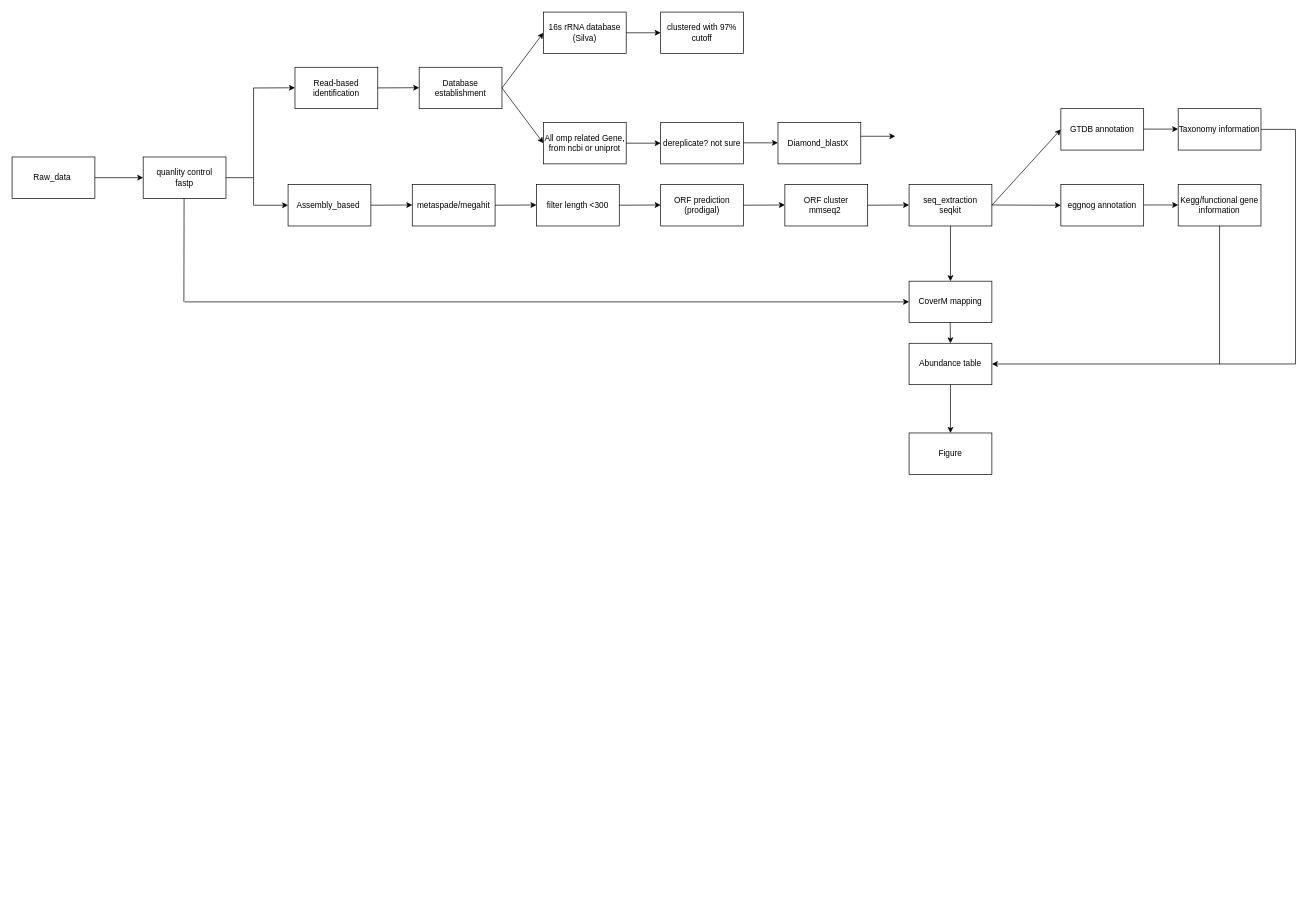
The draw.io diagram Untitled Diagram.drawio in XuhanDeng/OMPs_Metagenomics_pipeline, before the edit. Source tidied: cells renumbered, new cells numbered last; positions are measured from the earlier drawing's top-left corner, leaving out a move shared by most shapes. Both pictures are drawn from the tidied source at 69%, with x=0, y=0 at pixel (12, 12).
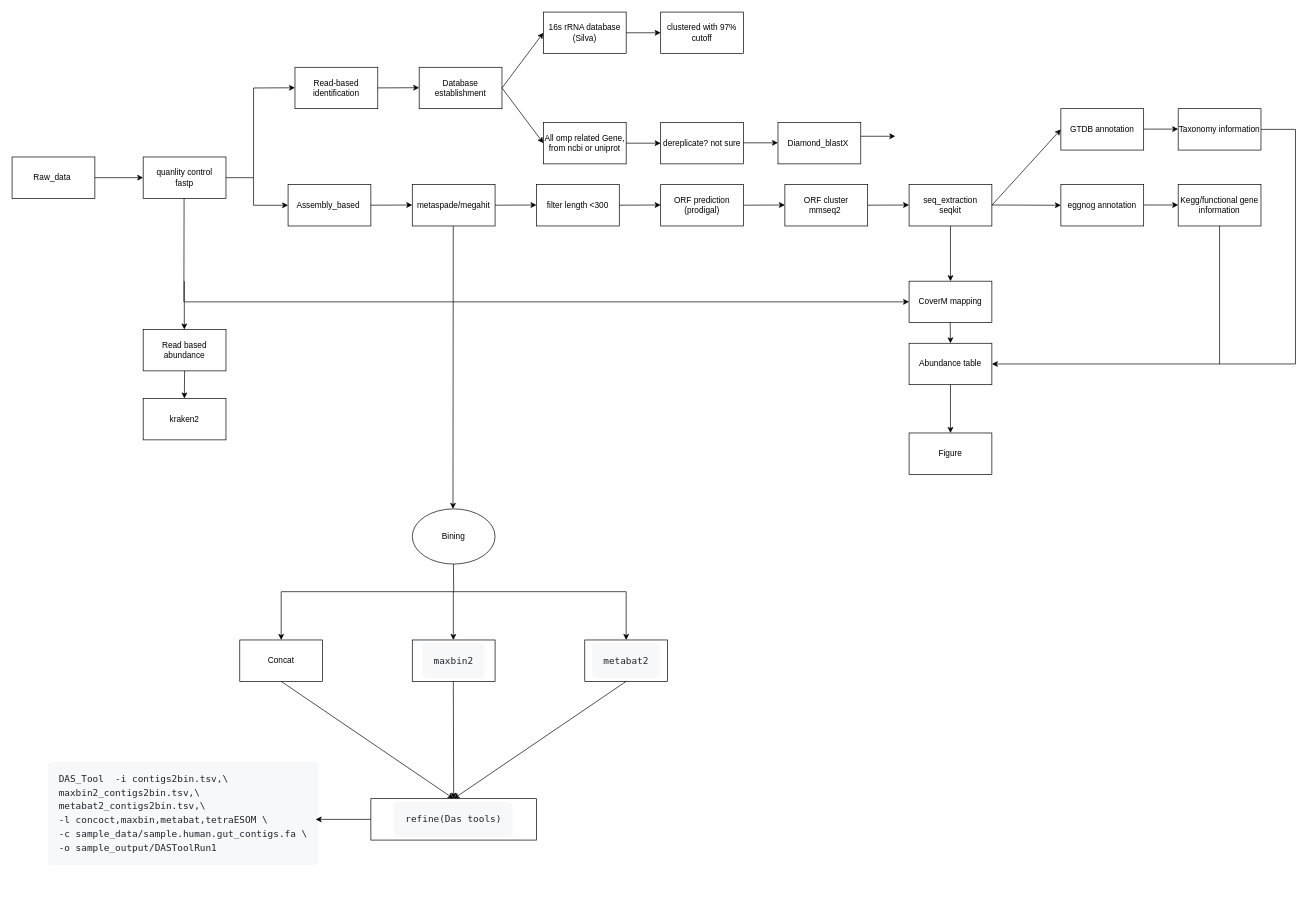
After the change.

Change to the diagram source:
```diff
@@
+    <mxCell id="55" style="endArrow=classic;html=1;rounded=0;exitX=0.5;exitY=1;exitDx=0;exitDy=0;" parent="1" edge="1">
+      <mxGeometry relative="1" as="geometry">
+        <mxPoint x="249.6" y="390" as="sourcePoint" />
+        <mxPoint x="249.6" y="460" as="targetPoint" />
+      </mxGeometry>
+    </mxCell>
+    <mxCell id="56" value="kraken2" style="rounded=0;whiteSpace=wrap;html=1;" parent="1" vertex="1">
+      <mxGeometry x="190" y="560" width="120" height="60" as="geometry" />
+    </mxCell>
+    <mxCell id="57" value="Read based abundance" style="rounded=0;whiteSpace=wrap;html=1;" parent="1" vertex="1">
+      <mxGeometry x="190" y="460" width="120" height="60" as="geometry" />
+    </mxCell>
+    <mxCell id="58" style="endArrow=classic;html=1;rounded=0;" parent="1" edge="1">
+      <mxGeometry relative="1" as="geometry">
+        <mxPoint x="250" y="520" as="sourcePoint" />
+        <mxPoint x="249.7" y="560" as="targetPoint" />
+      </mxGeometry>
+    </mxCell>
+    <mxCell id="59" style="endArrow=classic;html=1;rounded=0;exitX=0.5;exitY=1;exitDx=0;exitDy=0;" parent="1" edge="1">
+      <mxGeometry relative="1" as="geometry">
+        <mxPoint x="639.4" y="310" as="sourcePoint" />
+        <mxPoint x="639" y="720" as="targetPoint" />
+      </mxGeometry>
+    </mxCell>
+    <mxCell id="60" value="Bining" style="ellipse;whiteSpace=wrap;html=1;" parent="1" vertex="1">
+      <mxGeometry x="580" y="720" width="120" height="80" as="geometry" />
+    </mxCell>
+    <mxCell id="61" value="Concat" style="rounded=0;whiteSpace=wrap;html=1;" parent="1" vertex="1">
+      <mxGeometry x="330" y="910" width="120" height="60" as="geometry" />
+    </mxCell>
+    <mxCell id="62" style="endArrow=classic;html=1;rounded=0;" parent="1" edge="1">
+      <mxGeometry relative="1" as="geometry">
+        <mxPoint x="390" y="840" as="sourcePoint" />
+        <mxPoint x="390" y="910" as="targetPoint" />
+      </mxGeometry>
+    </mxCell>
+    <mxCell id="63" style="endArrow=none;html=1;rounded=0;" parent="1" edge="1">
+      <mxGeometry relative="1" as="geometry">
+        <mxPoint x="639.7" y="800" as="sourcePoint" />
+        <mxPoint x="640" y="840" as="targetPoint" />
+      </mxGeometry>
+    </mxCell>
+    <mxCell id="64" style="endArrow=none;html=1;rounded=0;" parent="1" edge="1">
+      <mxGeometry relative="1" as="geometry">
+        <mxPoint x="889.9" y="840" as="sourcePoint" />
+        <mxPoint x="390.1" y="840" as="targetPoint" />
+      </mxGeometry>
+    </mxCell>
+    <mxCell id="65" style="endArrow=classic;html=1;rounded=0;" parent="1" edge="1">
+      <mxGeometry relative="1" as="geometry">
+        <mxPoint x="639.5" y="840" as="sourcePoint" />
+        <mxPoint x="639.5" y="910" as="targetPoint" />
+      </mxGeometry>
+    </mxCell>
+    <mxCell id="66" style="endArrow=classic;html=1;rounded=0;" parent="1" edge="1">
+      <mxGeometry relative="1" as="geometry">
+        <mxPoint x="890" y="840" as="sourcePoint" />
+        <mxPoint x="890" y="910" as="targetPoint" />
+      </mxGeometry>
+    </mxCell>
+    <mxCell id="67" value="&lt;pre style=&quot;box-sizing: border-box; font-family: &amp;quot;Monaspace Neon&amp;quot;, ui-monospace, SFMono-Regular, &amp;quot;SF Mono&amp;quot;, Menlo, Consolas, &amp;quot;Liberation Mono&amp;quot;, monospace; font-size: 13.6px; margin-top: 0px; margin-bottom: 0px; tab-size: 4; overflow-wrap: normal; padding: 16px; overflow: auto; line-height: 1.45; color: rgb(31, 35, 40); background-color: rgb(246, 248, 250); border-radius: 6px; font-style: normal; font-variant-ligatures: normal; font-variant-caps: normal; font-weight: 400; letter-spacing: normal; orphans: 2; text-align: start; text-indent: 0px; text-transform: none; widows: 2; word-spacing: 0px; -webkit-text-stroke-width: 0px; text-decoration-thickness: initial; text-decoration-style: initial; text-decoration-color: initial;&quot; class=&quot;notranslate&quot;&gt;&lt;code style=&quot;box-sizing: border-box; font-family: &amp;quot;Monaspace Neon&amp;quot;, ui-monospace, SFMono-Regular, &amp;quot;SF Mono&amp;quot;, Menlo, Consolas, &amp;quot;Liberation Mono&amp;quot;, monospace; font-size: 13.6px; tab-size: 4; padding: 0px; margin: 0px; white-space: pre; background: rgba(0, 0, 0, 0); border-radius: 6px; word-break: normal; border: 0px; display: inline; overflow: visible; line-height: inherit; overflow-wrap: normal;&quot;&gt;maxbin2&lt;/code&gt;&lt;/pre&gt;" style="rounded=0;whiteSpace=wrap;html=1;" parent="1" vertex="1">
+      <mxGeometry x="580" y="910" width="120" height="60" as="geometry" />
+    </mxCell>
+    <mxCell id="68" value="&lt;pre style=&quot;box-sizing: border-box; font-family: &amp;quot;Monaspace Neon&amp;quot;, ui-monospace, SFMono-Regular, &amp;quot;SF Mono&amp;quot;, Menlo, Consolas, &amp;quot;Liberation Mono&amp;quot;, monospace; font-size: 13.6px; margin-top: 0px; margin-bottom: 0px; tab-size: 4; overflow-wrap: normal; padding: 16px; overflow: auto; line-height: 1.45; color: rgb(31, 35, 40); background-color: rgb(246, 248, 250); border-radius: 6px; text-align: start;&quot; class=&quot;notranslate&quot;&gt;&lt;code style=&quot;box-sizing: border-box; font-family: &amp;quot;Monaspace Neon&amp;quot;, ui-monospace, SFMono-Regular, &amp;quot;SF Mono&amp;quot;, Menlo, Consolas, &amp;quot;Liberation Mono&amp;quot;, monospace; font-size: 13.6px; tab-size: 4; padding: 0px; margin: 0px; background: rgba(0, 0, 0, 0); border-radius: 6px; word-break: normal; border: 0px; display: inline; overflow: visible; line-height: inherit; overflow-wrap: normal;&quot;&gt;metabat2&lt;/code&gt;&lt;/pre&gt;" style="rounded=0;whiteSpace=wrap;html=1;" parent="1" vertex="1">
+      <mxGeometry x="830" y="910" width="120" height="60" as="geometry" />
+    </mxCell>
+    <mxCell id="69" value="&lt;pre class=&quot;notranslate&quot; style=&quot;box-sizing: border-box; font-family: &amp;quot;Monaspace Neon&amp;quot;, ui-monospace, SFMono-Regular, &amp;quot;SF Mono&amp;quot;, Menlo, Consolas, &amp;quot;Liberation Mono&amp;quot;, monospace; font-size: 13.6px; margin-top: 0px; margin-bottom: 0px; tab-size: 4; overflow-wrap: normal; padding: 16px; overflow: auto; line-height: 1.45; color: rgb(31, 35, 40); background-color: rgb(246, 248, 250); border-radius: 6px; font-style: normal; font-variant-ligatures: normal; font-variant-caps: normal; font-weight: 400; letter-spacing: normal; orphans: 2; text-align: start; text-indent: 0px; text-transform: none; widows: 2; word-spacing: 0px; -webkit-text-stroke-width: 0px; text-decoration-thickness: initial; text-decoration-style: initial; text-decoration-color: initial;&quot;&gt;&lt;code style=&quot;box-sizing: border-box; font-family: &amp;quot;Monaspace Neon&amp;quot;, ui-monospace, SFMono-Regular, &amp;quot;SF Mono&amp;quot;, Menlo, Consolas, &amp;quot;Liberation Mono&amp;quot;, monospace; font-size: 13.6px; tab-size: 4; padding: 0px; margin: 0px; white-space: pre; background: rgba(0, 0, 0, 0); border-radius: 6px; word-break: normal; border: 0px; display: inline; overflow: visible; line-height: inherit; overflow-wrap: normal;&quot;&gt;DAS_Tool  -i contigs2bin.tsv,\&lt;br&gt;maxbin2_contigs2bin.tsv,\&lt;br&gt;metabat2_contigs2bin.tsv,\&lt;br&gt;-l concoct,maxbin,metabat,tetraESOM \&lt;br&gt;-c sample_data/sample.human.gut_contigs.fa \&lt;br&gt;-o sample_output/DASToolRun1&lt;/code&gt;&lt;/pre&gt;" style="text;whiteSpace=wrap;html=1;" parent="1" vertex="1">
+      <mxGeometry x="50" y="1080" width="400" height="200" as="geometry" />
+    </mxCell>
+    <mxCell id="70" style="endArrow=classic;html=1;rounded=0;exitX=0.5;exitY=1;exitDx=0;exitDy=0;" parent="1" edge="1" source="68">
+      <mxGeometry relative="1" as="geometry">
+        <mxPoint x="640" y="1140" as="targetPoint" />
+      </mxGeometry>
+    </mxCell>
+    <mxCell id="71" style="endArrow=classic;html=1;rounded=0;" parent="1" edge="1">
+      <mxGeometry relative="1" as="geometry">
+        <mxPoint x="639.5" y="970" as="sourcePoint" />
+        <mxPoint x="640" y="1140" as="targetPoint" />
+      </mxGeometry>
+    </mxCell>
+    <mxCell id="72" style="endArrow=classic;html=1;rounded=0;exitX=0.5;exitY=1;exitDx=0;exitDy=0;" parent="1" edge="1" source="61">
+      <mxGeometry relative="1" as="geometry">
+        <mxPoint x="640" y="1140" as="targetPoint" />
+      </mxGeometry>
+    </mxCell>
+    <mxCell id="73" value="&lt;pre style=&quot;box-sizing: border-box; font-family: &amp;quot;Monaspace Neon&amp;quot;, ui-monospace, SFMono-Regular, &amp;quot;SF Mono&amp;quot;, Menlo, Consolas, &amp;quot;Liberation Mono&amp;quot;, monospace; font-size: 13.6px; margin-top: 0px; margin-bottom: 0px; tab-size: 4; overflow-wrap: normal; padding: 16px; overflow: auto; line-height: 1.45; color: rgb(31, 35, 40); background-color: rgb(246, 248, 250); border-radius: 6px; font-style: normal; font-variant-ligatures: normal; font-variant-caps: normal; font-weight: 400; letter-spacing: normal; orphans: 2; text-align: start; text-indent: 0px; text-transform: none; widows: 2; word-spacing: 0px; -webkit-text-stroke-width: 0px; text-decoration-thickness: initial; text-decoration-style: initial; text-decoration-color: initial;&quot; class=&quot;notranslate&quot;&gt;&lt;code style=&quot;box-sizing: border-box; font-family: &amp;quot;Monaspace Neon&amp;quot;, ui-monospace, SFMono-Regular, &amp;quot;SF Mono&amp;quot;, Menlo, Consolas, &amp;quot;Liberation Mono&amp;quot;, monospace; font-size: 13.6px; tab-size: 4; padding: 0px; margin: 0px; white-space: pre; background: rgba(0, 0, 0, 0); border-radius: 6px; word-break: normal; border: 0px; display: inline; overflow: visible; line-height: inherit; overflow-wrap: normal;&quot;&gt;refine&lt;/code&gt;(Das tools)&lt;/pre&gt;" style="rounded=0;whiteSpace=wrap;html=1;" parent="1" vertex="1">
+      <mxGeometry x="520" y="1140" width="240" height="60" as="geometry" />
+    </mxCell>
+    <mxCell id="74" style="endArrow=classic;html=1;rounded=0;exitX=0;exitY=0.5;exitDx=0;exitDy=0;" parent="1" edge="1" source="73">
+      <mxGeometry relative="1" as="geometry">
+        <mxPoint x="440" y="1170" as="targetPoint" />
+      </mxGeometry>
+    </mxCell>
```
